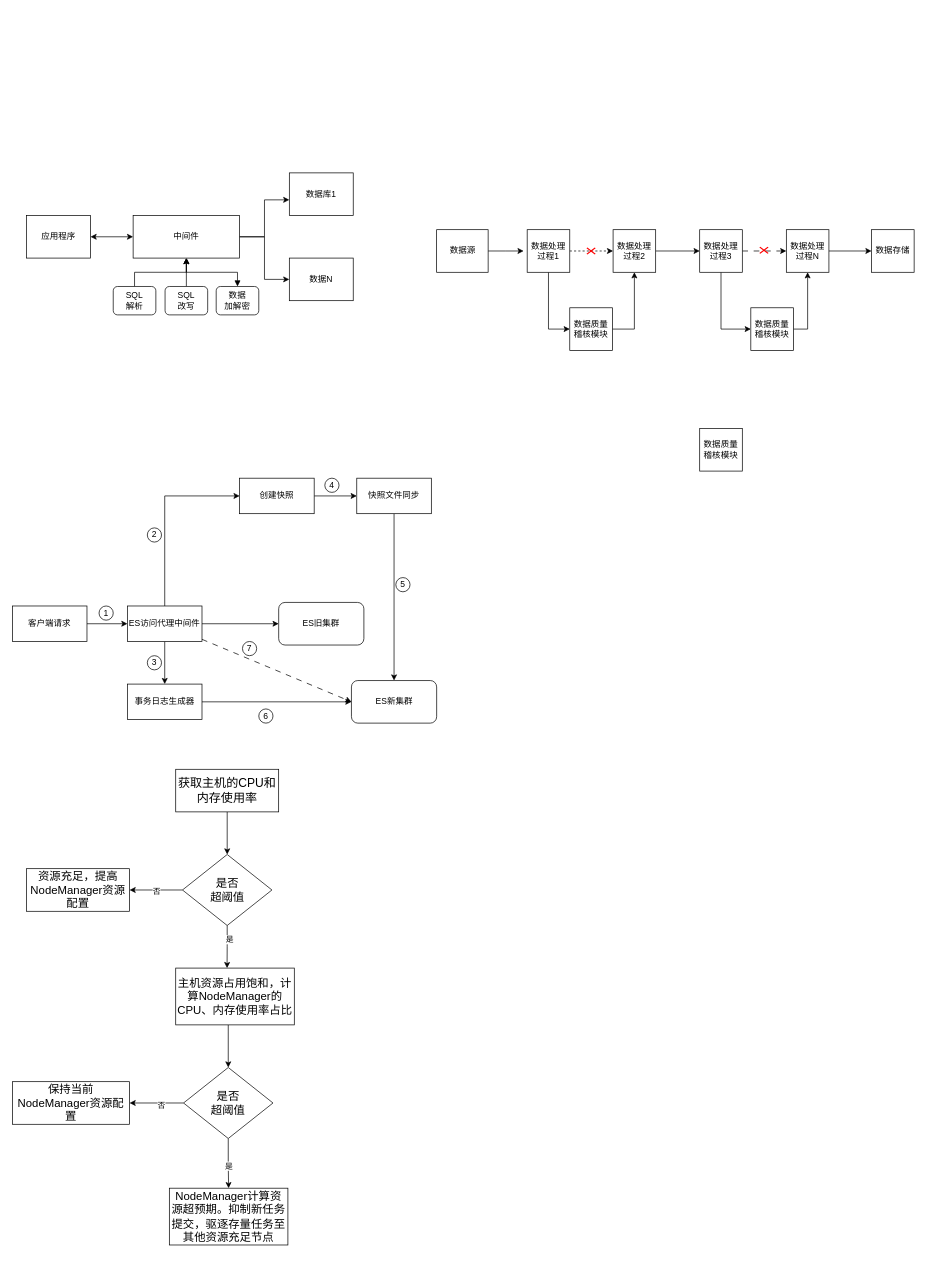
The draw.io diagram page "第 2 页" (2 of 2) of dame2024/zl.drawio in zcw5116/drawIO, before the edit. Source tidied: cells renumbered, new cells numbered last; positions are measured from the earlier drawing's top-left corner, leaving out a move shared by most shapes. Both pictures are drawn from the tidied source at 71%, with x=0, y=0 at pixel (12, 173).
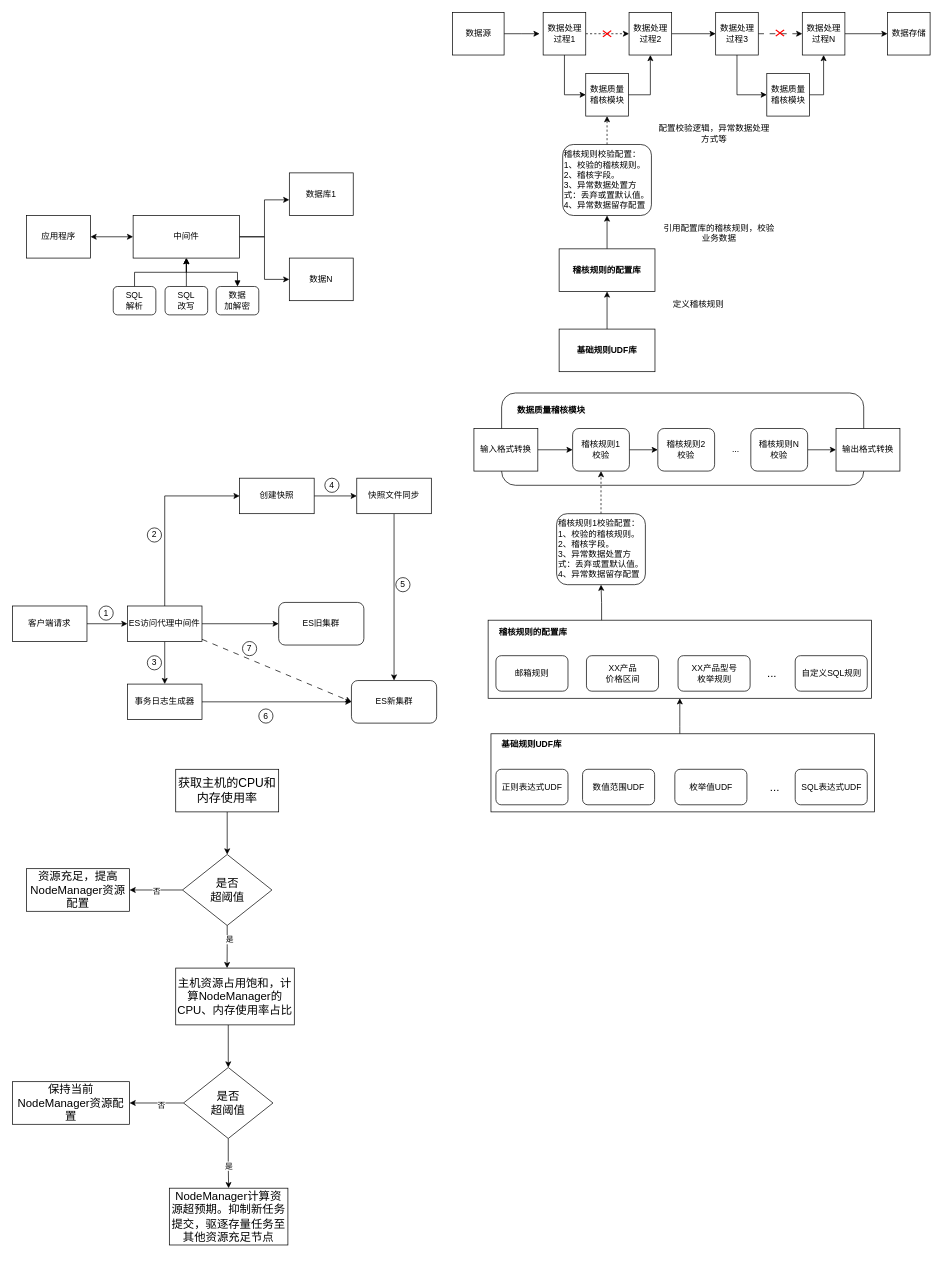
Above is the later version.

The edit, as a diff of the source:
```diff
@@
+    <mxCell id="74" style="edgeStyle=orthogonalEdgeStyle;rounded=0;jettySize=auto;html=1;entryX=0.5;entryY=1;entryDx=0;entryDy=0;" parent="1" edge="1" source="75" target="93">
+      <mxGeometry relative="1" as="geometry">
+        <Array as="points">
+          <mxPoint x="940" y="780" />
+          <mxPoint x="940" y="780" />
+        </Array>
+      </mxGeometry>
+    </mxCell>
+    <mxCell id="75" style="rounded=0;whiteSpace=wrap;html=1;" parent="1" vertex="1">
+      <mxGeometry x="674" y="790" width="540" height="110" as="geometry" />
+    </mxCell>
+    <mxCell id="76" style="rounded=1;whiteSpace=wrap;html=1;" parent="1" vertex="1">
+      <mxGeometry x="689" y="310" width="510" height="130" as="geometry" />
+    </mxCell>
@@
     <mxCell id="54" style="edgeStyle=orthogonalEdgeStyle;rounded=0;jettySize=auto;html=1;" parent="1" edge="1" source="55">
       <mxGeometry relative="1" as="geometry">
-        <mxPoint x="720" y="110" as="targetPoint" />
+        <mxPoint x="742.5" y="-196" as="targetPoint" />
       </mxGeometry>
     </mxCell>
     <mxCell id="55" value="数据源" style="rounded=0;whiteSpace=wrap;html=1;" parent="1" vertex="1">
-      <mxGeometry x="597.5" y="80" width="72.5" height="60" as="geometry" />
+      <mxGeometry x="620" y="-226" width="72.5" height="60" as="geometry" />
     </mxCell>
@@
     <mxCell id="58" value="数据处理过程1" style="rounded=0;whiteSpace=wrap;html=1;" parent="1" vertex="1">
-      <mxGeometry x="725" y="80" width="60" height="60" as="geometry" />
+      <mxGeometry x="747.5" y="-226" width="60" height="60" as="geometry" />
     </mxCell>
@@
     <mxCell id="60" value="数据处理过程2" style="rounded=0;whiteSpace=wrap;html=1;" parent="1" vertex="1">
-      <mxGeometry x="846" y="80" width="60" height="60" as="geometry" />
+      <mxGeometry x="868.5" y="-226" width="60" height="60" as="geometry" />
     </mxCell>
@@
     <mxCell id="62" style="edgeStyle=orthogonalEdgeStyle;rounded=0;jettySize=auto;html=1;entryX=0;entryY=0.5;entryDx=0;entryDy=0;" parent="1" edge="1" source="63" target="71">
       <mxGeometry relative="1" as="geometry">
         <Array as="points">
-          <mxPoint x="998" y="220" />
+          <mxPoint x="1020.5" y="-110" />
         </Array>
       </mxGeometry>
     </mxCell>
     <mxCell id="63" value="数据处理过程3" style="rounded=0;whiteSpace=wrap;html=1;" parent="1" vertex="1">
-      <mxGeometry x="968" y="80" width="60" height="60" as="geometry" />
+      <mxGeometry x="990.5" y="-226" width="60" height="60" as="geometry" />
     </mxCell>
@@
     <mxCell id="65" value="数据处理过程N" style="rounded=0;whiteSpace=wrap;html=1;" parent="1" vertex="1">
-      <mxGeometry x="1090" y="80" width="60" height="60" as="geometry" />
+      <mxGeometry x="1112.5" y="-226" width="60" height="60" as="geometry" />
     </mxCell>
     <mxCell id="66" value="数据存储" style="rounded=0;whiteSpace=wrap;html=1;" parent="1" vertex="1">
-      <mxGeometry x="1210" y="80" width="60" height="60" as="geometry" />
+      <mxGeometry x="1232.5" y="-226" width="60" height="60" as="geometry" />
     </mxCell>
@@
     <mxCell id="68" value="数据质量稽核模块" style="rounded=0;whiteSpace=wrap;html=1;" parent="1" vertex="1">
-      <mxGeometry x="785" y="190" width="60" height="60" as="geometry" />
+      <mxGeometry x="807.5" y="-140" width="60" height="60" as="geometry" />
     </mxCell>
     <mxCell id="69" style="shape=mxgraph.mockup.markup.redX;fillColor=#ff0000;html=1;shadow=0;whiteSpace=wrap;strokeColor=none;" parent="1" vertex="1">
-      <mxGeometry x="808.5" y="105" width="13" height="10" as="geometry" />
+      <mxGeometry x="831" y="-201" width="13" height="10" as="geometry" />
     </mxCell>
@@
     <mxCell id="71" value="数据质量稽核模块" style="rounded=0;whiteSpace=wrap;html=1;" parent="1" vertex="1">
-      <mxGeometry x="1040" y="190" width="60" height="60" as="geometry" />
+      <mxGeometry x="1062.5" y="-140" width="60" height="60" as="geometry" />
     </mxCell>
     <mxCell id="72" style="shape=mxgraph.mockup.markup.redX;fillColor=#ff0000;html=1;shadow=0;whiteSpace=wrap;strokeColor=none;" parent="1" vertex="1">
-      <mxGeometry x="1052" y="104" width="13" height="10" as="geometry" />
+      <mxGeometry x="1074.5" y="-202" width="13" height="10" as="geometry" />
     </mxCell>
+    <mxCell id="77" style="edgeStyle=orthogonalEdgeStyle;rounded=0;jettySize=auto;html=1;entryX=0;entryY=0.5;entryDx=0;entryDy=0;" parent="1" edge="1" source="73" target="79">
+      <mxGeometry relative="1" as="geometry" />
+    </mxCell>
-    <mxCell id="73" value="数据质量稽核模块" style="rounded=0;whiteSpace=wrap;html=1;" parent="1" vertex="1">
-      <mxGeometry x="968" y="360" width="60" height="60" as="geometry" />
+    <mxCell id="73" value="输入格式转换" style="rounded=0;whiteSpace=wrap;html=1;" parent="1" vertex="1">
+      <mxGeometry x="650" y="360" width="90" height="60" as="geometry" />
     </mxCell>
+    <mxCell id="78" style="edgeStyle=orthogonalEdgeStyle;rounded=0;jettySize=auto;html=1;entryX=0;entryY=0.5;entryDx=0;entryDy=0;" parent="1" edge="1" source="79" target="80">
+      <mxGeometry relative="1" as="geometry" />
+    </mxCell>
+    <mxCell id="79" value="稽核规则1&lt;div&gt;校验&lt;/div&gt;" style="rounded=1;whiteSpace=wrap;html=1;" parent="1" vertex="1">
+      <mxGeometry x="789" y="360" width="80" height="60" as="geometry" />
+    </mxCell>
+    <mxCell id="80" value="稽核规则2&lt;div&gt;校验&lt;/div&gt;" style="rounded=1;whiteSpace=wrap;html=1;" parent="1" vertex="1">
+      <mxGeometry x="909" y="360" width="80" height="60" as="geometry" />
+    </mxCell>
+    <mxCell id="81" style="edgeStyle=orthogonalEdgeStyle;rounded=0;jettySize=auto;html=1;entryX=0;entryY=0.5;entryDx=0;entryDy=0;" parent="1" edge="1" source="82" target="84">
+      <mxGeometry relative="1" as="geometry" />
+    </mxCell>
+    <mxCell id="82" value="稽核规则N&lt;div&gt;校验&lt;/div&gt;" style="rounded=1;whiteSpace=wrap;html=1;" parent="1" vertex="1">
+      <mxGeometry x="1040" y="360" width="80" height="60" as="geometry" />
+    </mxCell>
+    <mxCell id="83" value="..." style="text;html=1;align=center;verticalAlign=middle;whiteSpace=wrap;rounded=0;" parent="1" vertex="1">
+      <mxGeometry x="999" y="375" width="40" height="30" as="geometry" />
+    </mxCell>
+    <mxCell id="84" value="输出格式转换" style="rounded=0;whiteSpace=wrap;html=1;" parent="1" vertex="1">
+      <mxGeometry x="1160" y="360" width="90" height="60" as="geometry" />
+    </mxCell>
+    <mxCell id="85" value="&lt;span style=&quot;color: rgb(0, 0, 0); font-family: Helvetica; font-size: 12px; font-style: normal; font-variant-ligatures: normal; font-variant-caps: normal; letter-spacing: normal; orphans: 2; text-align: center; text-indent: 0px; text-transform: none; widows: 2; word-spacing: 0px; -webkit-text-stroke-width: 0px; white-space: normal; background-color: rgb(251, 251, 251); text-decoration-thickness: initial; text-decoration-style: initial; text-decoration-color: initial; float: none; display: inline !important;&quot;&gt;数据质量稽核模块&lt;/span&gt;" style="text;whiteSpace=wrap;html=1;fontStyle=1;" parent="1" vertex="1">
+      <mxGeometry x="709" y="320" width="130" height="30" as="geometry" />
+    </mxCell>
+    <mxCell id="86" value="正则表达式UDF" style="rounded=1;whiteSpace=wrap;html=1;" parent="1" vertex="1">
+      <mxGeometry x="681" y="840" width="101.5" height="50" as="geometry" />
+    </mxCell>
+    <mxCell id="87" value="数值范围UDF" style="rounded=1;whiteSpace=wrap;html=1;" parent="1" vertex="1">
+      <mxGeometry x="803" y="840" width="101.5" height="50" as="geometry" />
+    </mxCell>
+    <mxCell id="88" value="SQL表达式UDF" style="rounded=1;whiteSpace=wrap;html=1;" parent="1" vertex="1">
+      <mxGeometry x="1102.5" y="840" width="101.5" height="50" as="geometry" />
+    </mxCell>
+    <mxCell id="89" value="枚举值UDF" style="rounded=1;whiteSpace=wrap;html=1;" parent="1" vertex="1">
+      <mxGeometry x="933" y="840" width="101.5" height="50" as="geometry" />
+    </mxCell>
+    <mxCell id="90" value="&lt;font style=&quot;font-size: 16px;&quot;&gt;...&lt;/font&gt;" style="text;html=1;align=center;verticalAlign=middle;whiteSpace=wrap;rounded=0;" parent="1" vertex="1">
+      <mxGeometry x="1054" y="855" width="40" height="20" as="geometry" />
+    </mxCell>
+    <mxCell id="91" value="基础规则UDF库" style="text;html=1;align=center;verticalAlign=middle;whiteSpace=wrap;rounded=0;fontStyle=1;" parent="1" vertex="1">
+      <mxGeometry x="683" y="790" width="97" height="30" as="geometry" />
+    </mxCell>
+    <mxCell id="92" style="edgeStyle=orthogonalEdgeStyle;rounded=0;jettySize=auto;html=1;entryX=0.5;entryY=1;entryDx=0;entryDy=0;exitX=0.296;exitY=0.016;exitDx=0;exitDy=0;exitPerimeter=0;" parent="1" edge="1" source="93" target="100">
+      <mxGeometry relative="1" as="geometry" />
+    </mxCell>
+    <mxCell id="93" style="rounded=0;whiteSpace=wrap;html=1;" parent="1" vertex="1">
+      <mxGeometry x="670" y="630" width="540" height="110" as="geometry" />
+    </mxCell>
+    <mxCell id="94" value="邮箱规则" style="rounded=1;whiteSpace=wrap;html=1;" parent="1" vertex="1">
+      <mxGeometry x="681" y="680" width="101.5" height="50" as="geometry" />
+    </mxCell>
+    <mxCell id="95" value="XX产品&lt;div&gt;价格区间&lt;/div&gt;" style="rounded=1;whiteSpace=wrap;html=1;" parent="1" vertex="1">
+      <mxGeometry x="808.5" y="680" width="101.5" height="50" as="geometry" />
+    </mxCell>
+    <mxCell id="96" value="自定义SQL规则" style="rounded=1;whiteSpace=wrap;html=1;" parent="1" vertex="1">
+      <mxGeometry x="1102.5" y="680" width="101.5" height="50" as="geometry" />
+    </mxCell>
+    <mxCell id="97" value="XX产品型号&lt;div&gt;枚举规则&lt;/div&gt;" style="rounded=1;whiteSpace=wrap;html=1;" parent="1" vertex="1">
+      <mxGeometry x="937.5" y="680" width="101.5" height="50" as="geometry" />
+    </mxCell>
+    <mxCell id="98" value="稽核规则的配置库" style="text;html=1;align=center;verticalAlign=middle;whiteSpace=wrap;rounded=0;fontStyle=1;" parent="1" vertex="1">
+      <mxGeometry x="683" y="633" width="101" height="30" as="geometry" />
+    </mxCell>
+    <mxCell id="99" style="edgeStyle=orthogonalEdgeStyle;rounded=0;jettySize=auto;html=1;dashed=1;" parent="1" edge="1" source="100" target="79">
+      <mxGeometry relative="1" as="geometry" />
+    </mxCell>
+    <mxCell id="100" value="稽核规则1校验配置：&lt;div&gt;1、校验的稽核规则。&lt;/div&gt;&lt;div&gt;2、稽核字段。&lt;/div&gt;&lt;div&gt;3、异常数据处置方式：丢弃或置默认值。&lt;/div&gt;&lt;div&gt;4、异常数据留存配置&lt;/div&gt;" style="rounded=1;whiteSpace=wrap;html=1;align=left;" parent="1" vertex="1">
+      <mxGeometry x="766.5" y="480" width="125" height="100" as="geometry" />
+    </mxCell>
+    <mxCell id="101" value="&lt;font style=&quot;font-size: 16px;&quot;&gt;...&lt;/font&gt;" style="text;html=1;align=center;verticalAlign=middle;whiteSpace=wrap;rounded=0;" parent="1" vertex="1">
+      <mxGeometry x="1050" y="695" width="40" height="20" as="geometry" />
+    </mxCell>
+    <mxCell id="102" style="edgeStyle=orthogonalEdgeStyle;rounded=0;jettySize=auto;html=1;entryX=0.5;entryY=1;entryDx=0;entryDy=0;dashed=1;" parent="1" edge="1" source="103" target="68">
+      <mxGeometry relative="1" as="geometry" />
+    </mxCell>
+    <mxCell id="103" value="稽核规则校验配置：&lt;div&gt;1、校验的稽核规则。&lt;/div&gt;&lt;div&gt;2、稽核字段。&lt;/div&gt;&lt;div&gt;3、异常数据处置方式：丢弃或置默认值。&lt;/div&gt;&lt;div&gt;4、异常数据留存配置&lt;/div&gt;" style="rounded=1;whiteSpace=wrap;html=1;align=left;" parent="1" vertex="1">
+      <mxGeometry x="775" y="-40" width="125" height="100" as="geometry" />
+    </mxCell>
+    <mxCell id="104" style="edgeStyle=orthogonalEdgeStyle;rounded=0;jettySize=auto;html=1;entryX=0.5;entryY=1;entryDx=0;entryDy=0;" parent="1" edge="1" source="105" target="103">
+      <mxGeometry relative="1" as="geometry" />
+    </mxCell>
+    <mxCell id="105" value="&lt;span style=&quot;font-weight: 700;&quot;&gt;稽核规则的配置库&lt;/span&gt;" style="rounded=0;whiteSpace=wrap;html=1;" parent="1" vertex="1">
+      <mxGeometry x="770" y="107" width="135" height="60" as="geometry" />
+    </mxCell>
+    <mxCell id="106" style="edgeStyle=orthogonalEdgeStyle;rounded=0;jettySize=auto;html=1;entryX=0.5;entryY=1;entryDx=0;entryDy=0;" parent="1" edge="1" source="107" target="105">
+      <mxGeometry relative="1" as="geometry" />
+    </mxCell>
+    <mxCell id="107" value="&lt;span style=&quot;font-weight: 700;&quot;&gt;基础规则UDF库&lt;/span&gt;" style="rounded=0;whiteSpace=wrap;html=1;" parent="1" vertex="1">
+      <mxGeometry x="770" y="220" width="135" height="60" as="geometry" />
+    </mxCell>
+    <mxCell id="108" value="定义稽核规则" style="text;html=1;align=center;verticalAlign=middle;whiteSpace=wrap;rounded=0;" parent="1" vertex="1">
+      <mxGeometry x="913" y="170" width="107" height="30" as="geometry" />
+    </mxCell>
+    <mxCell id="109" value="&lt;span style=&quot;text-align: left;&quot;&gt;引用配置库的稽核规则，校验业务数据&lt;/span&gt;" style="text;html=1;align=center;verticalAlign=middle;whiteSpace=wrap;rounded=0;" parent="1" vertex="1">
+      <mxGeometry x="916" y="70" width="158.5" height="30" as="geometry" />
+    </mxCell>
+    <mxCell id="110" value="&lt;span style=&quot;text-align: left;&quot;&gt;配置校验逻辑，异常数据处理方式等&lt;/span&gt;" style="text;html=1;align=center;verticalAlign=middle;whiteSpace=wrap;rounded=0;" parent="1" vertex="1">
+      <mxGeometry x="909" y="-70" width="158.5" height="30" as="geometry" />
+    </mxCell>
```
